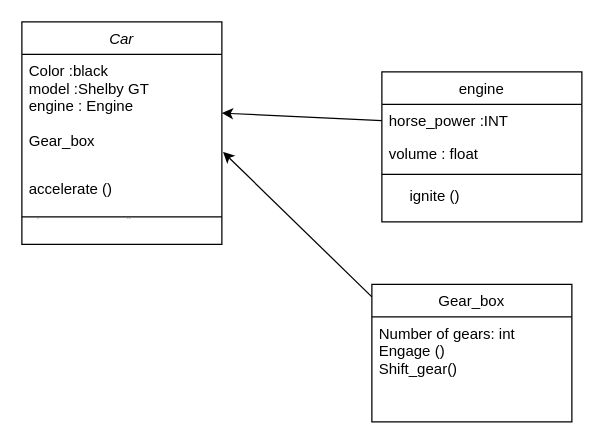
Above: Untitled Diagram.drawio in Skivlin1991/example_end.py (draw.io), before the change. Source tidied: cells renumbered, new cells numbered last; positions are measured from the earlier drawing's top-left corner, leaving out a move shared by most shapes. Both pictures are drawn from the tidied source at 125%, with x=0, y=0 at pixel (21, 21).
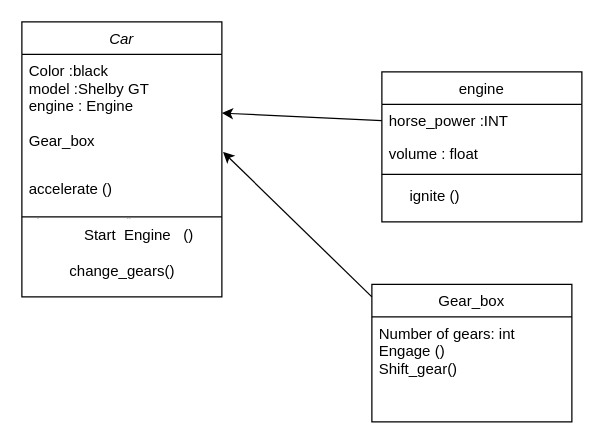
After the change.

Commit message:
Car Class fin

Diff of the diagram source:
```diff
@@
 <mxGraphModel>
   <root>
     <mxCell id="0" />
     <mxCell id="1" parent="0" />
     <mxCell id="2" value="Car" style="swimlane;fontStyle=2;align=center;verticalAlign=top;horizontal=1;startSize=26;rounded=0;shadow=0;strokeWidth=1;" parent="1" vertex="1">
-      <mxGeometry width="160" height="178" as="geometry" />
+      <mxGeometry width="160" height="220" as="geometry" />
     </mxCell>
     <mxCell id="3" value="Color :black&#10;model :Shelby GT&#10;engine : Engine&#10;&#10;Gear_box" style="text;align=left;verticalAlign=top;spacingLeft=4;spacingRight=4;overflow=hidden;points=[[0,0.5],[1,0.5]];portConstraint=eastwest;rounded=0;shadow=0;html=0;" parent="2" vertex="1">
       <mxGeometry y="26" width="160" height="94" as="geometry" />
     </mxCell>
     <mxCell id="4" value="accelerate ()&#10;&#10;change gears ()" style="text;align=left;verticalAlign=top;spacingLeft=4;spacingRight=4;overflow=hidden;" parent="2" vertex="1">
       <mxGeometry y="120" width="160" height="32" as="geometry" />
     </mxCell>
     <mxCell id="5" style="line;html=1;strokeWidth=1;align=left;verticalAlign=middle;spacingTop=-1;spacingLeft=3;spacingRight=3;labelPosition=right;" parent="2" vertex="1">
       <mxGeometry y="152" width="160" height="8" as="geometry" />
     </mxCell>
+    <mxCell id="15" value="&amp;nbsp; &amp;nbsp; &amp;nbsp; &amp;nbsp; Start &amp;nbsp;Engine &amp;nbsp; ()&lt;br&gt;&lt;br&gt;change_gears()" style="text;html=1;align=center;verticalAlign=middle;" parent="2" vertex="1">
+      <mxGeometry y="160" width="160" height="50" as="geometry" />
+    </mxCell>
     <mxCell id="6" value="Gear_box" style="swimlane;fontStyle=0;align=center;verticalAlign=top;horizontal=1;startSize=26;rounded=0;shadow=0;strokeWidth=1;" parent="1" vertex="1">
       <mxGeometry x="280" y="210" width="160" height="110" as="geometry" />
     </mxCell>
     <mxCell id="7" value="Number of gears: int&#10;Engage ()&#10;Shift_gear()" style="text;align=left;verticalAlign=top;spacingLeft=4;spacingRight=4;overflow=hidden;" parent="6" vertex="1">
       <mxGeometry y="26" width="160" height="64" as="geometry" />
     </mxCell>
     <mxCell id="8" value="engine" style="swimlane;fontStyle=0;align=center;verticalAlign=top;horizontal=1;startSize=26;rounded=0;shadow=0;strokeWidth=1;" parent="1" vertex="1">
       <mxGeometry x="288" y="40" width="160" height="120" as="geometry" />
     </mxCell>
     <mxCell id="9" value="horse_power :INT" style="text;align=left;verticalAlign=top;spacingLeft=4;spacingRight=4;overflow=hidden;points=[[0,0.5],[1,0.5]];portConstraint=eastwest;rounded=0;shadow=0;html=0;" parent="8" vertex="1">
       <mxGeometry y="26" width="160" height="26" as="geometry" />
     </mxCell>
     <mxCell id="10" value="volume : float" style="text;align=left;verticalAlign=top;spacingLeft=4;spacingRight=4;overflow=hidden;rounded=0;shadow=0;html=0;" parent="8" vertex="1">
       <mxGeometry y="52" width="160" height="26" as="geometry" />
     </mxCell>
     <mxCell id="11" style="line;html=1;strokeWidth=1;align=left;verticalAlign=middle;spacingTop=-1;spacingLeft=3;spacingRight=3;labelPosition=right;" parent="8" vertex="1">
       <mxGeometry y="78" width="160" height="8" as="geometry" />
     </mxCell>
     <mxCell id="12" style="endArrow=classic;html=1;entryX=1;entryY=0.5;entryDx=0;entryDy=0;exitX=0;exitY=0.5;exitDx=0;exitDy=0;" parent="1" edge="1" source="9" target="3">
       <mxGeometry relative="1" as="geometry" />
     </mxCell>
     <mxCell id="13" value="ignite ()" style="text;html=1;align=center;verticalAlign=middle;" parent="1" vertex="1">
       <mxGeometry x="300" y="130" width="60" height="20" as="geometry" />
     </mxCell>
     <mxCell id="14" style="endArrow=classic;html=1;entryX=1.006;entryY=0.83;entryDx=0;entryDy=0;entryPerimeter=0;" parent="1" edge="1" target="3">
       <mxGeometry relative="1" as="geometry">
         <mxPoint x="280" y="220" as="sourcePoint" />
       </mxGeometry>
     </mxCell>
   </root>
 </mxGraphModel>
```
